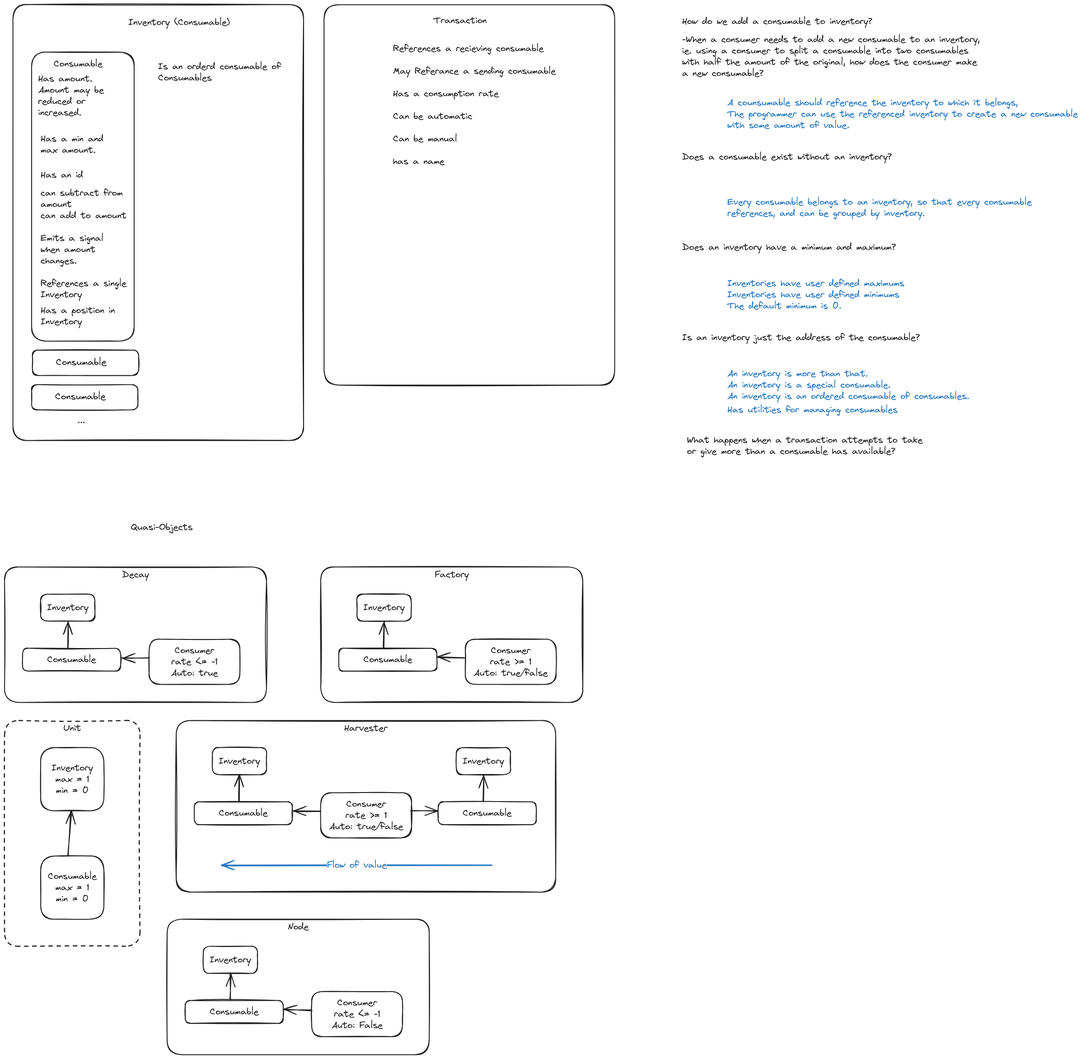
This is docs/consumer-queue-arch.excalidraw.png from loteque/Godot-RMS, a Excalidraw export, as it was before one commit. Source tidied: one line per element, renumbered; positions are measured from the earlier drawing's top-left corner, leaving out a move shared by most shapes.
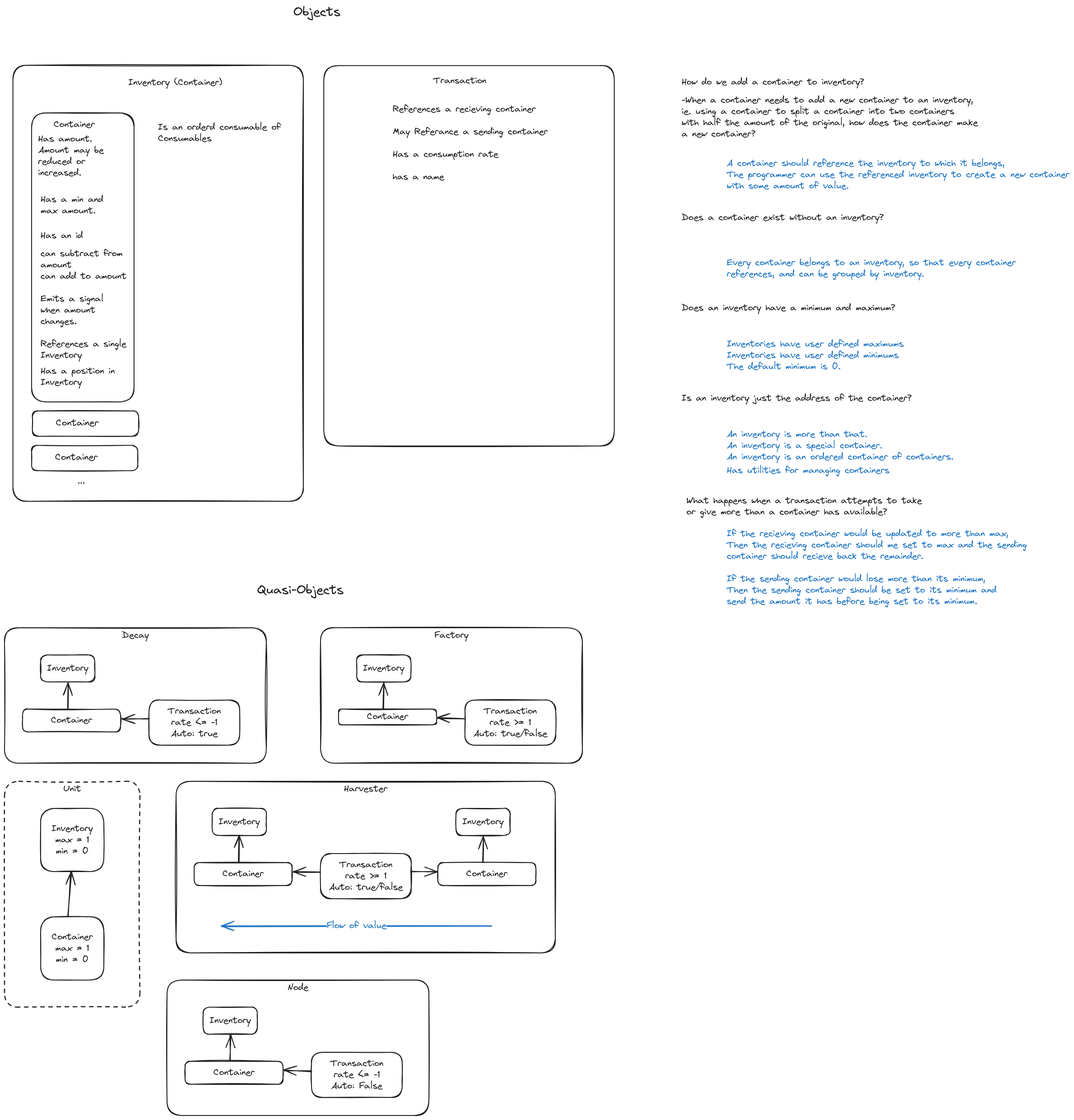
Above is the later version.

Change to the diagram source:
```diff
@@ -9,51 +9,51 @@
 {"id": 8, "type": "rectangle", "strokeColor": "#1e1e1e", "strokeWidth": 2, "roughness": 1, "round": true, "x": 380, "y": 1585, "width": 840, "height": 380}
 {"id": 9, "type": "text", "text": "Harvester", "strokeColor": "#1e1e1e", "strokeWidth": 2, "roughness": 1, "fontSize": 20, "fontFamily": 1, "textAlign": "center", "inside": 8, "x": 752, "y": 1590, "width": 96, "height": 25}
 {"id": 10, "type": "rectangle", "strokeColor": "#1e1e1e", "strokeWidth": 2, "roughness": 1, "round": true, "x": 40, "y": 1425, "width": 217, "height": 51}
-{"id": 11, "type": "text", "text": "Consumable", "strokeColor": "#1e1e1e", "strokeWidth": 2, "roughness": 1, "fontSize": 20, "fontFamily": 1, "textAlign": "center", "verticalAlign": "middle", "inside": 10, "x": 95, "y": 1438, "width": 108, "height": 25}
+{"id": 11, "type": "text", "text": "Container", "strokeColor": "#1e1e1e", "strokeWidth": 2, "roughness": 1, "fontSize": 20, "fontFamily": 1, "textAlign": "center", "verticalAlign": "middle", "inside": 10, "x": 103, "y": 1438, "width": 91, "height": 25}
 {"id": 12, "type": "rectangle", "strokeColor": "#1e1e1e", "strokeWidth": 2, "roughness": 1, "round": true, "x": 400, "y": 2205, "width": 217, "height": 51}
-{"id": 13, "type": "text", "text": "Consumable", "strokeColor": "#1e1e1e", "strokeWidth": 2, "roughness": 1, "fontSize": 20, "fontFamily": 1, "textAlign": "center", "verticalAlign": "middle", "inside": 12, "x": 455, "y": 2218, "width": 108, "height": 25}
+{"id": 13, "type": "text", "text": "Container", "strokeColor": "#1e1e1e", "strokeWidth": 2, "roughness": 1, "fontSize": 20, "fontFamily": 1, "textAlign": "center", "verticalAlign": "middle", "inside": 12, "x": 463, "y": 2218, "width": 91, "height": 25}
 {"id": 14, "type": "rectangle", "strokeColor": "#1e1e1e", "strokeWidth": 2, "roughness": 1, "round": true, "x": 80, "y": 1885, "width": 140, "height": 140}
-{"id": 15, "type": "text", "text": "Consumable\nmax = 1\nmin = 0", "strokeColor": "#1e1e1e", "strokeWidth": 2, "roughness": 1, "fontSize": 20, "fontFamily": 1, "textAlign": "center", "verticalAlign": "middle", "inside": 14, "x": 96, "y": 1918, "width": 108, "height": 75}
+{"id": 15, "type": "text", "text": "Container\nmax = 1\nmin = 0", "strokeColor": "#1e1e1e", "strokeWidth": 2, "roughness": 1, "fontSize": 20, "fontFamily": 1, "textAlign": "center", "verticalAlign": "middle", "inside": 14, "x": 104, "y": 1918, "width": 91, "height": 75}
-{"id": 16, "type": "rectangle", "strokeColor": "#1e1e1e", "strokeWidth": 2, "roughness": 1, "round": true, "x": 740, "y": 1425, "width": 217, "height": 51}
+{"id": 16, "type": "rectangle", "strokeColor": "#1e1e1e", "strokeWidth": 2, "roughness": 1, "round": true, "x": 740, "y": 1425, "width": 217, "height": 35}
-{"id": 17, "type": "text", "text": "Consumable", "strokeColor": "#1e1e1e", "strokeWidth": 2, "roughness": 1, "fontSize": 20, "fontFamily": 1, "textAlign": "center", "verticalAlign": "middle", "inside": 16, "x": 795, "y": 1438, "width": 108, "height": 25}
+{"id": 17, "type": "text", "text": "Container", "strokeColor": "#1e1e1e", "strokeWidth": 2, "roughness": 1, "fontSize": 20, "fontFamily": 1, "textAlign": "center", "verticalAlign": "middle", "inside": 16, "x": 803, "y": 1430, "width": 91, "height": 25}
 {"id": 18, "type": "rectangle", "strokeColor": "#1e1e1e", "strokeWidth": 2, "roughness": 1, "round": true, "x": 420, "y": 1765, "width": 217, "height": 51}
-{"id": 19, "type": "text", "text": "Consumable", "strokeColor": "#1e1e1e", "strokeWidth": 2, "roughness": 1, "fontSize": 20, "fontFamily": 1, "textAlign": "center", "verticalAlign": "middle", "inside": 18, "x": 475, "y": 1778, "width": 108, "height": 25}
+{"id": 19, "type": "text", "text": "Container", "strokeColor": "#1e1e1e", "strokeWidth": 2, "roughness": 1, "fontSize": 20, "fontFamily": 1, "textAlign": "center", "verticalAlign": "middle", "inside": 18, "x": 483, "y": 1778, "width": 91, "height": 25}
 {"id": 20, "type": "rectangle", "strokeColor": "#1e1e1e", "strokeWidth": 2, "roughness": 1, "round": true, "x": 960, "y": 1765, "width": 217, "height": 51}
-{"id": 21, "type": "text", "text": "Consumable", "strokeColor": "#1e1e1e", "strokeWidth": 2, "roughness": 1, "fontSize": 20, "fontFamily": 1, "textAlign": "center", "verticalAlign": "middle", "inside": 20, "x": 1015, "y": 1778, "width": 108, "height": 25}
+{"id": 21, "type": "text", "text": "Container", "strokeColor": "#1e1e1e", "strokeWidth": 2, "roughness": 1, "fontSize": 20, "fontFamily": 1, "textAlign": "center", "verticalAlign": "middle", "inside": 20, "x": 1023, "y": 1778, "width": 91, "height": 25}
 {"id": 22, "type": "rectangle", "strokeColor": "#1e1e1e", "strokeWidth": 2, "roughness": 1, "round": true, "x": 320, "y": 1405, "width": 201, "height": 100}
-{"id": 23, "type": "text", "text": "Consumer\nrate <= -1\nAuto: true", "strokeColor": "#1e1e1e", "strokeWidth": 2, "roughness": 1, "fontSize": 20, "fontFamily": 1, "textAlign": "center", "verticalAlign": "middle", "inside": 22, "x": 369, "y": 1418, "width": 104, "height": 75}
+{"id": 23, "type": "text", "text": "Transaction\nrate <= -1\nAuto: true", "strokeColor": "#1e1e1e", "strokeWidth": 2, "roughness": 1, "fontSize": 20, "fontFamily": 1, "textAlign": "center", "verticalAlign": "middle", "inside": 22, "x": 362, "y": 1418, "width": 118, "height": 75}
 {"id": 24, "type": "rectangle", "strokeColor": "#1e1e1e", "strokeWidth": 2, "roughness": 1, "round": true, "x": 680, "y": 2185, "width": 201, "height": 100}
-{"id": 25, "type": "text", "text": "Consumer\nrate <= -1\nAuto: False", "strokeColor": "#1e1e1e", "strokeWidth": 2, "roughness": 1, "fontSize": 20, "fontFamily": 1, "textAlign": "center", "verticalAlign": "middle", "inside": 24, "x": 724, "y": 2198, "width": 114, "height": 75}
+{"id": 25, "type": "text", "text": "Transaction\nrate <= -1\nAuto: False", "strokeColor": "#1e1e1e", "strokeWidth": 2, "roughness": 1, "fontSize": 20, "fontFamily": 1, "textAlign": "center", "verticalAlign": "middle", "inside": 24, "x": 722, "y": 2198, "width": 118, "height": 75}
 {"id": 26, "type": "rectangle", "strokeColor": "#1e1e1e", "strokeWidth": 2, "roughness": 1, "round": true, "x": 1020, "y": 1405, "width": 201, "height": 100}
-{"id": 27, "type": "text", "text": "Consumer\nrate >= 1\nAuto: true/false", "strokeColor": "#1e1e1e", "strokeWidth": 2, "roughness": 1, "fontSize": 20, "fontFamily": 1, "textAlign": "center", "verticalAlign": "middle", "inside": 26, "x": 1038, "y": 1418, "width": 164, "height": 75}
+{"id": 27, "type": "text", "text": "Transaction\nrate >= 1\nAuto: true/false", "strokeColor": "#1e1e1e", "strokeWidth": 2, "roughness": 1, "fontSize": 20, "fontFamily": 1, "textAlign": "center", "verticalAlign": "middle", "inside": 26, "x": 1038, "y": 1418, "width": 164, "height": 75}
 {"id": 28, "type": "rectangle", "strokeColor": "#1e1e1e", "strokeWidth": 2, "roughness": 1, "round": true, "x": 700, "y": 1745, "width": 201, "height": 100}
-{"id": 29, "type": "text", "text": "Consumer\nrate >= 1\nAuto: true/false", "strokeColor": "#1e1e1e", "strokeWidth": 2, "roughness": 1, "fontSize": 20, "fontFamily": 1, "textAlign": "center", "verticalAlign": "middle", "inside": 28, "x": 718, "y": 1758, "width": 164, "height": 75}
+{"id": 29, "type": "text", "text": "Transaction\nrate >= 1\nAuto: true/false", "strokeColor": "#1e1e1e", "strokeWidth": 2, "roughness": 1, "fontSize": 20, "fontFamily": 1, "textAlign": "center", "verticalAlign": "middle", "inside": 28, "x": 718, "y": 1758, "width": 164, "height": 75}
 {"id": 30, "type": "text", "text": "...", "strokeColor": "#1e1e1e", "strokeWidth": 2, "roughness": 1, "fontSize": 20, "fontFamily": 1, "x": 162, "y": 908, "width": 16, "height": 25}
 {"id": 31, "type": "rectangle", "strokeColor": "#1e1e1e", "strokeWidth": 2, "roughness": 1, "round": true, "x": 19, "y": 0, "width": 643, "height": 965}
 {"id": 32, "type": "rectangle", "strokeColor": "#1e1e1e", "strokeWidth": 2, "roughness": 1, "round": true, "x": 707, "y": 1, "width": 643, "height": 842}
-{"id": 33, "type": "text", "text": "Inventory (Consumable)", "strokeColor": "#1e1e1e", "strokeWidth": 2, "roughness": 1, "fontSize": 20, "fontFamily": 1, "x": 274, "y": 27, "width": 224, "height": 25}
+{"id": 33, "type": "text", "text": "Inventory (Container)", "strokeColor": "#1e1e1e", "strokeWidth": 2, "roughness": 1, "fontSize": 20, "fontFamily": 1, "x": 274, "y": 27, "width": 208, "height": 25}
 {"id": 34, "type": "rectangle", "strokeColor": "#1e1e1e", "strokeWidth": 2, "roughness": 1, "round": true, "x": 60, "y": 105, "width": 227, "height": 640}
-{"id": 35, "type": "text", "text": "Consumable", "strokeColor": "#1e1e1e", "strokeWidth": 2, "roughness": 1, "fontSize": 20, "fontFamily": 1, "x": 109, "y": 119, "width": 108, "height": 25}
+{"id": 35, "type": "text", "text": "Container", "strokeColor": "#1e1e1e", "strokeWidth": 2, "roughness": 1, "fontSize": 20, "fontFamily": 1, "x": 109, "y": 119, "width": 91, "height": 25}
 {"id": 36, "type": "rectangle", "strokeColor": "#1e1e1e", "strokeWidth": 2, "roughness": 1, "round": true, "x": 62, "y": 765, "width": 235, "height": 56}
 {"id": 37, "type": "rectangle", "strokeColor": "#1e1e1e", "strokeWidth": 2, "roughness": 1, "round": true, "x": 60, "y": 841, "width": 235, "height": 56}
-{"id": 38, "type": "text", "text": "Consumable", "strokeColor": "#1e1e1e", "strokeWidth": 2, "roughness": 1, "fontSize": 20.74, "fontFamily": 1, "x": 114, "y": 780, "width": 112, "height": 26}
+{"id": 38, "type": "text", "text": "Container", "strokeColor": "#1e1e1e", "strokeWidth": 2, "roughness": 1, "fontSize": 20.74, "fontFamily": 1, "x": 114, "y": 780, "width": 94, "height": 26}
-{"id": 39, "type": "text", "text": "Consumable", "strokeColor": "#1e1e1e", "strokeWidth": 2, "roughness": 1, "fontSize": 20.74, "fontFamily": 1, "x": 112, "y": 856, "width": 112, "height": 26}
+{"id": 39, "type": "text", "text": "Container", "strokeColor": "#1e1e1e", "strokeWidth": 2, "roughness": 1, "fontSize": 20.74, "fontFamily": 1, "x": 112, "y": 856, "width": 94, "height": 26}
 {"id": 40, "type": "text", "text": "Has amount.\nAmount may be\nreduced or \nincreased.", "strokeColor": "#1e1e1e", "strokeWidth": 2, "roughness": 1, "fontSize": 20, "fontFamily": 1, "x": 75, "y": 152, "width": 145, "height": 100}
 {"id": 41, "type": "text", "text": "Has a min and \nmax amount.", "strokeColor": "#1e1e1e", "strokeWidth": 2, "roughness": 1, "fontSize": 20, "fontFamily": 1, "x": 80, "y": 285, "width": 149, "height": 50}
 {"id": 42, "type": "text", "text": "Has an id", "strokeColor": "#1e1e1e", "strokeWidth": 2, "roughness": 1, "fontSize": 20, "fontFamily": 1, "x": 80, "y": 365, "width": 94, "height": 25}
 {"id": 43, "type": "text", "text": "Is an orderd consumable of \nConsumables", "strokeColor": "#1e1e1e", "strokeWidth": 2, "roughness": 1, "fontSize": 20, "fontFamily": 1, "x": 340, "y": 125, "width": 282, "height": 50}
 {"id": 44, "type": "text", "text": "Emits a signal\nwhen amount \nchanges.", "strokeColor": "#1e1e1e", "strokeWidth": 2, "roughness": 1, "fontSize": 20, "fontFamily": 1, "x": 80, "y": 505, "width": 139, "height": 75}
 {"id": 45, "type": "text", "text": "Transaction", "strokeColor": "#1e1e1e", "strokeWidth": 2, "roughness": 1, "fontSize": 20, "fontFamily": 1, "x": 950, "y": 23, "width": 118, "height": 25}
-{"id": 46, "type": "text", "text": "References a recieving consumable\n\nMay Referance a sending consumable\n\nHas a consumption rate\n\nCan be automatic\n\nCan be manual\n\nhas a name", "strokeColor": "#1e1e1e", "strokeWidth": 2, "roughness": 1, "fontSize": 20, "fontFamily": 1, "x": 860, "y": 85, "width": 360, "height": 275}
+{"id": 46, "type": "text", "text": "References a recieving container\n\nMay Referance a sending container\n\nHas a consumption rate\n\nhas a name", "strokeColor": "#1e1e1e", "strokeWidth": 2, "roughness": 1, "fontSize": 20, "fontFamily": 1, "x": 860, "y": 85, "width": 343, "height": 175}
-{"id": 47, "type": "text", "text": "How do we add a consumable to inventory? ", "strokeColor": "#1e1e1e", "strokeWidth": 2, "roughness": 1, "fontSize": 20, "fontFamily": 1, "x": 1500, "y": 25, "width": 431, "height": 25}
+{"id": 47, "type": "text", "text": "How do we add a container to inventory? ", "strokeColor": "#1e1e1e", "strokeWidth": 2, "roughness": 1, "fontSize": 20, "fontFamily": 1, "x": 1500, "y": 25, "width": 414, "height": 25}
-{"id": 48, "type": "text", "text": "Does a consumable exist without an inventory?", "strokeColor": "#1e1e1e", "strokeWidth": 2, "roughness": 1, "fontSize": 20, "fontFamily": 1, "x": 1500, "y": 325, "width": 464, "height": 25}
+{"id": 48, "type": "text", "text": "Does a container exist without an inventory?", "strokeColor": "#1e1e1e", "strokeWidth": 2, "roughness": 1, "fontSize": 20, "fontFamily": 1, "x": 1500, "y": 325, "width": 447, "height": 25}
 {"id": 49, "type": "text", "text": "Does an inventory have a minimum and maximum?", "strokeColor": "#1e1e1e", "strokeWidth": 2, "roughness": 1, "fontSize": 20, "fontFamily": 1, "x": 1500, "y": 525, "width": 473, "height": 25}
-{"id": 50, "type": "text", "text": "Is an inventory just the address of the consumable?", "strokeColor": "#1e1e1e", "strokeWidth": 2, "roughness": 1, "fontSize": 20, "fontFamily": 1, "x": 1500, "y": 725, "width": 526, "height": 25}
+{"id": 50, "type": "text", "text": "Is an inventory just the address of the container?", "strokeColor": "#1e1e1e", "strokeWidth": 2, "roughness": 1, "fontSize": 20, "fontFamily": 1, "x": 1500, "y": 725, "width": 509, "height": 25}
-{"id": 51, "type": "text", "text": "-When a consumer needs to add a new consumable to an inventory,\nie. using a consumer to split a consumable into two consumables\nwith half the amount of the original, how does the consumer make \na new consumable?", "strokeColor": "#1e1e1e", "strokeWidth": 2, "roughness": 1, "fontSize": 20, "fontFamily": 1, "x": 1500, "y": 65, "width": 663, "height": 100}
+{"id": 51, "type": "text", "text": "-When a container needs to add a new container to an inventory,\nie. using a container to split a container into two containers\nwith half the amount of the original, how does the container make \na new container?", "strokeColor": "#1e1e1e", "strokeWidth": 2, "roughness": 1, "fontSize": 20, "fontFamily": 1, "x": 1500, "y": 65, "width": 666, "height": 100}
-{"id": 52, "type": "text", "text": "A counsumable should reference the inventory to which it belongs,\nThe programmer can use the referenced inventory to create a new consumable\nwith some amount of value.", "strokeColor": "#1971c2", "strokeWidth": 2, "roughness": 1, "fontSize": 20, "fontFamily": 1, "x": 1600, "y": 205, "width": 776, "height": 75}
+{"id": 52, "type": "text", "text": "A container should reference the inventory to which it belongs,\nThe programmer can use the referenced inventory to create a new container\nwith some amount of value.", "strokeColor": "#1971c2", "strokeWidth": 2, "roughness": 1, "fontSize": 20, "fontFamily": 1, "x": 1600, "y": 205, "width": 759, "height": 75}
-{"id": 53, "type": "text", "text": "Every consumable belongs to an inventory, so that every consumable\nreferences, and can be grouped by inventory.", "strokeColor": "#1971c2", "strokeWidth": 2, "roughness": 1, "fontSize": 20, "fontFamily": 1, "x": 1600, "y": 425, "width": 674, "height": 50}
+{"id": 53, "type": "text", "text": "Every container belongs to an inventory, so that every container\nreferences, and can be grouped by inventory.", "strokeColor": "#1971c2", "strokeWidth": 2, "roughness": 1, "fontSize": 20, "fontFamily": 1, "x": 1600, "y": 425, "width": 640, "height": 50}
 {"id": 54, "type": "text", "text": "Inventories have user defined maximums\nInventories have user defined minimums\nThe default minimum is 0.", "strokeColor": "#1971c2", "strokeWidth": 2, "roughness": 1, "fontSize": 20, "fontFamily": 1, "x": 1600, "y": 605, "width": 392, "height": 75}
-{"id": 55, "type": "text", "text": "An inventory is more than that.\nAn inventory is a special consumable.\nAn inventory is an ordered consumable of consumables.", "strokeColor": "#1971c2", "strokeWidth": 2, "roughness": 1, "fontSize": 20, "fontFamily": 1, "x": 1600, "y": 805, "width": 535, "height": 75}
+{"id": 55, "type": "text", "text": "An inventory is more than that.\nAn inventory is a special container.\nAn inventory is an ordered container of containers.", "strokeColor": "#1971c2", "strokeWidth": 2, "roughness": 1, "fontSize": 20, "fontFamily": 1, "x": 1600, "y": 805, "width": 502, "height": 75}
 {"id": 56, "type": "text", "text": "References a single\nInventory", "strokeColor": "#1e1e1e", "strokeWidth": 2, "roughness": 1, "fontSize": 20, "fontFamily": 1, "x": 80, "y": 605, "width": 190, "height": 50}
 {"id": 57, "type": "text", "text": "Has a position in\nInventory", "strokeColor": "#1e1e1e", "strokeWidth": 2, "roughness": 1, "fontSize": 20, "fontFamily": 1, "x": 80, "y": 665, "width": 165, "height": 50}
 {"id": 58, "type": "rectangle", "strokeColor": "#1e1e1e", "strokeWidth": 2, "roughness": 1, "round": true, "x": 80, "y": 1305, "width": 120, "height": 60}
@@ -81,7 +81,9 @@
 {"id": 80, "type": "arrow", "strokeColor": "#1e1e1e", "strokeWidth": 2, "roughness": 1, "endArrowhead": "arrow", "round": true, "to": 20, "x": 900, "y": 1785, "width": 59, "height": 0, "points": [[0, 0], [59, 0]]}
 {"id": 81, "type": "arrow", "strokeColor": "#1971c2", "strokeWidth": 2, "roughness": 1, "endArrowhead": "arrow", "round": true, "x": 1080, "y": 1905, "width": 600, "height": 0, "points": [[0, 0], [-600, 0]]}
 {"id": 82, "type": "text", "text": "Flow of value", "strokeColor": "#1971c2", "strokeWidth": 2, "roughness": 1, "fontSize": 20, "fontFamily": 1, "textAlign": "center", "verticalAlign": "middle", "inside": 81, "x": 1014, "y": 1713, "width": 132, "height": 25}
-{"id": 83, "type": "text", "text": "Has utilities for managing consumables", "strokeColor": "#1971c2", "strokeWidth": 2, "strokeStyle": "dashed", "roughness": 1, "fontSize": 20, "fontFamily": 1, "x": 1600, "y": 885, "width": 377, "height": 25}
+{"id": 83, "type": "text", "text": "Has utilities for managing containers", "strokeColor": "#1971c2", "strokeWidth": 2, "strokeStyle": "dashed", "roughness": 1, "fontSize": 20, "fontFamily": 1, "x": 1600, "y": 885, "width": 360, "height": 25}
+{"id": 87, "type": "text", "text": "If the recieving container would be updated to more than max,\nThen the recieving container should me set to max and the sending \ncontainer should recieve back the remainder.\n\nIf the sending container would lose more than its minimum,\nThen the sending container should be set to its minimum and\nsend the amount it has before being set to its minimum.", "strokeColor": "#1971c2", "strokeWidth": 2, "strokeStyle": "dashed", "roughness": 1, "fontSize": 20, "fontFamily": 1, "x": 1600, "y": 1025, "width": 674, "height": 175}
-{"id": 84, "type": "text", "text": "Quasi-Objects", "strokeColor": "#1e1e1e", "strokeWidth": 2, "roughness": 1, "fontSize": 20, "fontFamily": 1, "x": 280, "y": 1145, "width": 137, "height": 25}
+{"id": 84, "type": "text", "text": "Quasi-Objects", "strokeColor": "#1e1e1e", "strokeWidth": 2, "roughness": 1, "fontSize": 28, "fontFamily": 1, "x": 560, "y": 1145, "width": 191, "height": 35}
 {"id": 85, "type": "text", "text": "can subtract from \namount\ncan add to amount", "strokeColor": "#1e1e1e", "strokeWidth": 2, "roughness": 1, "fontSize": 20, "fontFamily": 1, "x": 80, "y": 405, "width": 192, "height": 75}
-{"id": 86, "type": "text", "text": "What happens when a transaction attempts to take\nor give more than a consumable has available?", "strokeColor": "#1e1e1e", "strokeWidth": 2, "roughness": 1, "fontSize": 20, "fontFamily": 1, "x": 1511, "y": 952, "width": 521, "height": 50}
+{"id": 86, "type": "text", "text": "What happens when a transaction attempts to take\nor give more than a container has available?", "strokeColor": "#1e1e1e", "strokeWidth": 2, "roughness": 1, "fontSize": 20, "fontFamily": 1, "x": 1511, "y": 952, "width": 521, "height": 50}
+{"id": 88, "type": "text", "text": "Objects", "strokeColor": "#1e1e1e", "strokeWidth": 2, "roughness": 1, "fontSize": 28, "fontFamily": 1, "x": 640, "y": -135, "width": 104, "height": 35}
```
